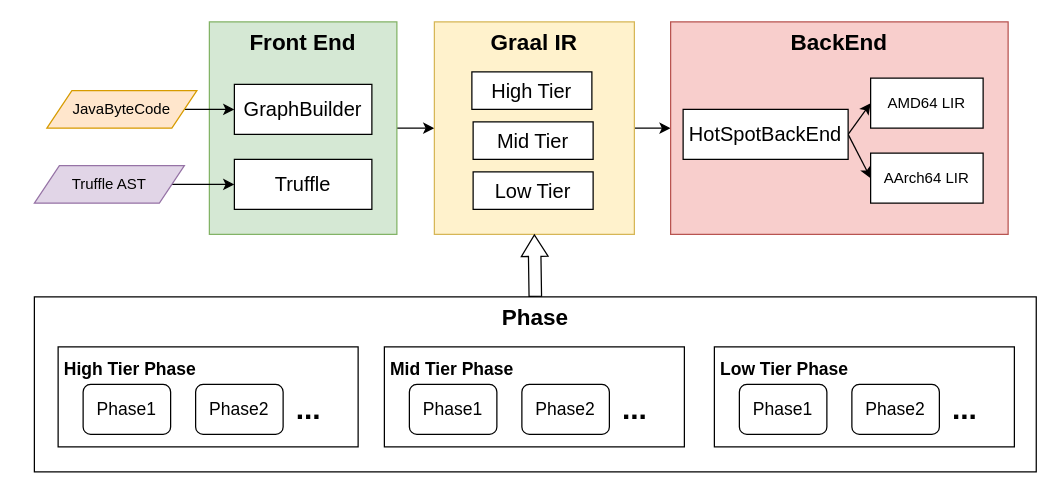
The draw.io diagram GraalCompilerStructure.drawio in f123888/Draw.IO, before the edit. Source tidied: cells renumbered, new cells numbered last; positions are measured from the earlier drawing's top-left corner, leaving out a move shared by most shapes. Both pictures are drawn from the tidied source at 125%, with x=0, y=0 at pixel (34, 21).
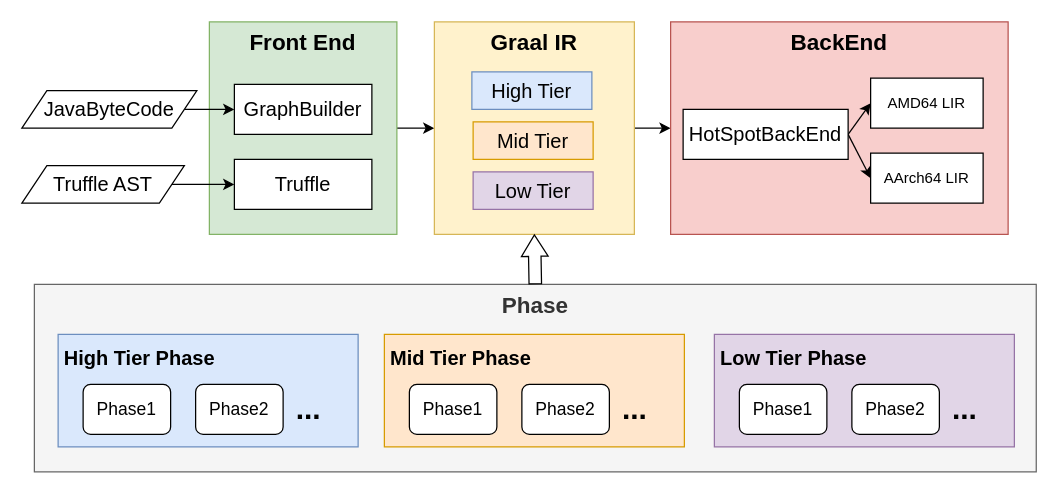
The same diagram, later.

Diff of the diagram source:
```diff
@@
-    <mxCell id="7" value="&lt;span style=&quot;text-wrap-mode: nowrap;&quot;&gt;JavaByteCode&lt;/span&gt;" style="shape=parallelogram;perimeter=parallelogramPerimeter;whiteSpace=wrap;html=1;fixedSize=1;fillColor=#ffe6cc;strokeColor=#d79b00;" parent="1" vertex="1">
-      <mxGeometry x="10" y="55" width="120" height="30" as="geometry" />
+    <mxCell id="7" value="&lt;span style=&quot;text-wrap-mode: nowrap;&quot;&gt;&lt;font style=&quot;font-size: 16px;&quot;&gt;JavaByteCode&lt;/font&gt;&lt;/span&gt;" style="shape=parallelogram;perimeter=parallelogramPerimeter;whiteSpace=wrap;html=1;fixedSize=1;" parent="1" vertex="1">
+      <mxGeometry x="-10" y="55" width="140" height="30" as="geometry" />
     </mxCell>
@@
-    <mxCell id="9" value="&lt;span style=&quot;text-wrap-mode: nowrap;&quot;&gt;Truffle AST&lt;/span&gt;" style="shape=parallelogram;perimeter=parallelogramPerimeter;whiteSpace=wrap;html=1;fixedSize=1;fillColor=#e1d5e7;strokeColor=#9673a6;" parent="1" vertex="1">
-      <mxGeometry y="115" width="120" height="30" as="geometry" />
+    <mxCell id="9" value="&lt;span style=&quot;text-wrap-mode: nowrap;&quot;&gt;&lt;font style=&quot;font-size: 16px;&quot;&gt;Truffle AST&lt;/font&gt;&lt;/span&gt;" style="shape=parallelogram;perimeter=parallelogramPerimeter;whiteSpace=wrap;html=1;fixedSize=1;" parent="1" vertex="1">
+      <mxGeometry x="-10" y="115" width="130" height="30" as="geometry" />
     </mxCell>
@@
-    <mxCell id="13" value="&lt;font style=&quot;font-size: 16px;&quot;&gt;High Tier&lt;/font&gt;" style="rounded=0;whiteSpace=wrap;html=1;" parent="1" vertex="1">
+    <mxCell id="13" value="&lt;font style=&quot;font-size: 16px;&quot;&gt;High Tier&lt;/font&gt;" style="rounded=0;whiteSpace=wrap;html=1;fillColor=#dae8fc;strokeColor=#6c8ebf;" parent="1" vertex="1">
       <mxGeometry x="350" y="40" width="96" height="30" as="geometry" />
     </mxCell>
-    <mxCell id="14" value="&lt;font style=&quot;font-size: 16px;&quot;&gt;Mid Tier&lt;/font&gt;" style="rounded=0;whiteSpace=wrap;html=1;" parent="1" vertex="1">
+    <mxCell id="14" value="&lt;font style=&quot;font-size: 16px;&quot;&gt;Mid Tier&lt;/font&gt;" style="rounded=0;whiteSpace=wrap;html=1;fillColor=#ffe6cc;strokeColor=#d79b00;" parent="1" vertex="1">
       <mxGeometry x="351" y="80" width="96" height="30" as="geometry" />
     </mxCell>
-    <mxCell id="15" value="&lt;font style=&quot;font-size: 16px;&quot;&gt;Low Tier&lt;/font&gt;" style="rounded=0;whiteSpace=wrap;html=1;" parent="1" vertex="1">
+    <mxCell id="15" value="&lt;font style=&quot;font-size: 16px;&quot;&gt;Low Tier&lt;/font&gt;" style="rounded=0;whiteSpace=wrap;html=1;fillColor=#e1d5e7;strokeColor=#9673a6;" parent="1" vertex="1">
       <mxGeometry x="351" y="120" width="96" height="30" as="geometry" />
     </mxCell>
@@
-    <mxCell id="21" value="&lt;font style=&quot;font-size: 18px;&quot;&gt;&lt;b&gt;Phase&lt;/b&gt;&lt;/font&gt;" style="rounded=0;whiteSpace=wrap;html=1;verticalAlign=top;" parent="1" vertex="1">
-      <mxGeometry y="220" width="801.5" height="140" as="geometry" />
+    <mxCell id="21" value="&lt;font style=&quot;font-size: 18px;&quot;&gt;&lt;b&gt;Phase&lt;/b&gt;&lt;/font&gt;" style="rounded=0;whiteSpace=wrap;html=1;verticalAlign=top;fillColor=#f5f5f5;fontColor=#333333;strokeColor=#666666;" parent="1" vertex="1">
+      <mxGeometry y="210" width="801.5" height="150" as="geometry" />
     </mxCell>
-    <mxCell id="22" value="&lt;font style=&quot;font-size: 14px;&quot;&gt;&lt;b&gt;High Tier Phase&lt;/b&gt;&lt;/font&gt;" style="rounded=0;whiteSpace=wrap;html=1;verticalAlign=top;align=left;spacing=5;" parent="1" vertex="1">
-      <mxGeometry x="19" y="260" width="240" height="80" as="geometry" />
+    <mxCell id="22" value="&lt;font style=&quot;font-size: 16px;&quot;&gt;&lt;b style=&quot;&quot;&gt;High Tier Phase&lt;/b&gt;&lt;/font&gt;" style="rounded=0;whiteSpace=wrap;html=1;verticalAlign=top;align=left;spacing=5;fillColor=#dae8fc;strokeColor=#6c8ebf;" parent="1" vertex="1">
+      <mxGeometry x="19" y="250" width="240" height="90" as="geometry" />
     </mxCell>
@@
-    <mxCell id="26" value="&lt;font style=&quot;font-size: 14px;&quot;&gt;&lt;b&gt;Mid Tier Phase&lt;/b&gt;&lt;/font&gt;" style="rounded=0;whiteSpace=wrap;html=1;verticalAlign=top;align=left;spacing=5;" parent="1" vertex="1">
-      <mxGeometry x="280" y="260" width="240" height="80" as="geometry" />
+    <mxCell id="26" value="&lt;font style=&quot;font-size: 16px;&quot;&gt;&lt;b style=&quot;&quot;&gt;Mid Tier Phase&lt;/b&gt;&lt;/font&gt;" style="rounded=0;whiteSpace=wrap;html=1;verticalAlign=top;align=left;spacing=5;fillColor=#ffe6cc;strokeColor=#d79b00;" parent="1" vertex="1">
+      <mxGeometry x="280" y="250" width="240" height="90" as="geometry" />
     </mxCell>
@@
-    <mxCell id="30" value="&lt;font style=&quot;font-size: 14px;&quot;&gt;&lt;b&gt;Low Tier Phase&lt;/b&gt;&lt;/font&gt;" style="rounded=0;whiteSpace=wrap;html=1;verticalAlign=top;align=left;spacing=5;" parent="1" vertex="1">
-      <mxGeometry x="544" y="260" width="240" height="80" as="geometry" />
+    <mxCell id="30" value="&lt;font style=&quot;font-size: 16px;&quot;&gt;&lt;b style=&quot;&quot;&gt;Low Tier Phase&lt;/b&gt;&lt;/font&gt;" style="rounded=0;whiteSpace=wrap;html=1;verticalAlign=top;align=left;spacing=5;fillColor=#e1d5e7;strokeColor=#9673a6;" parent="1" vertex="1">
+      <mxGeometry x="544" y="250" width="240" height="90" as="geometry" />
     </mxCell>
```
